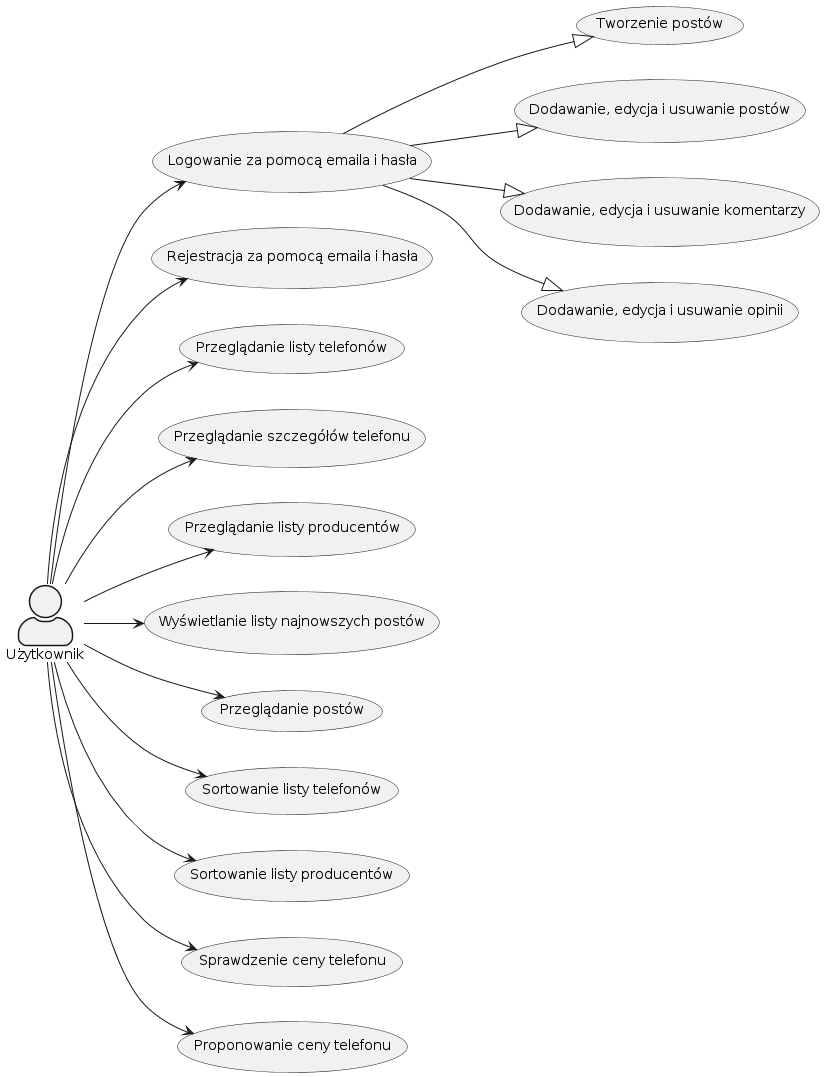
Before: img/diagrams/useCaseDiagram.png, a diagram exported from PlantUML (amelinium23/bachelor-thesis).
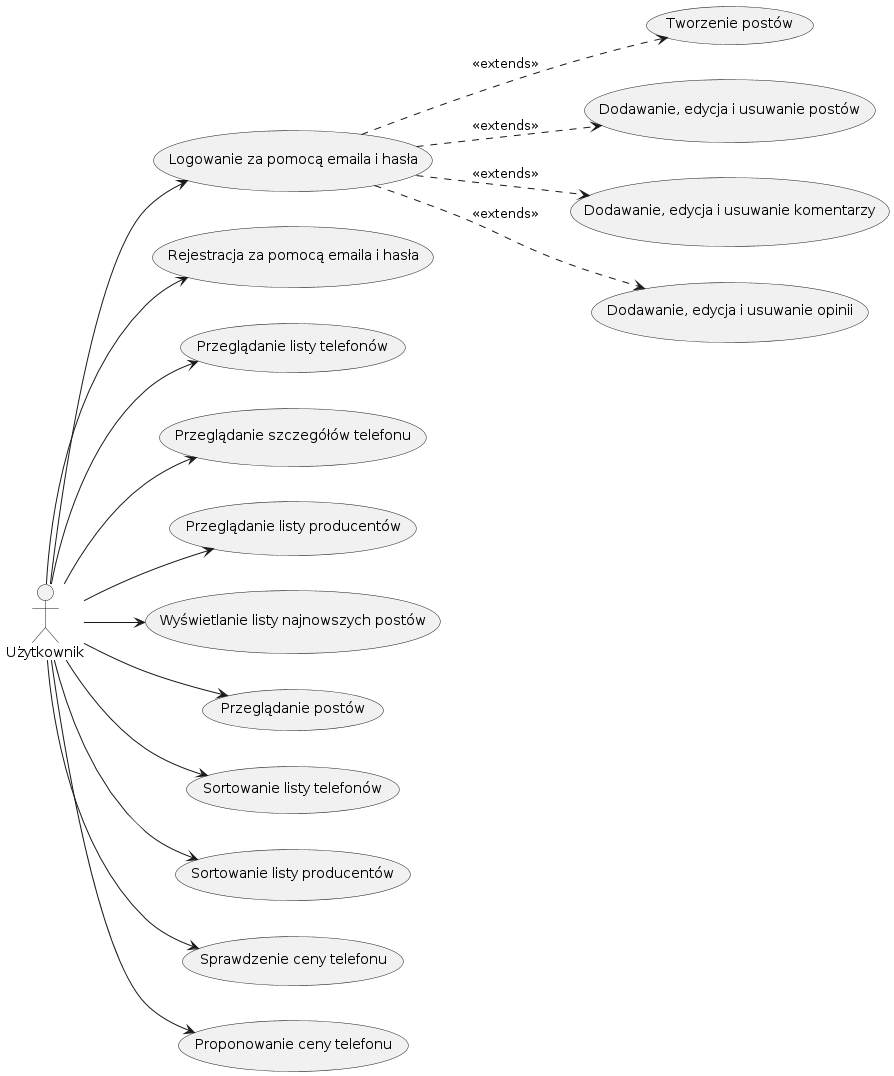
After the change.

Commit message:
change to usecase diagram

The edit, as a diff of the source:
```diff
@@ -1,6 +1,5 @@
 @startuml useCaseDiagram
 
-skinparam actorStyle awesome
 left to right direction
 
 actor "Użytkownik" as User
@@ -33,9 +32,9 @@
 User --> UC13
 User --> UC14
 
-UC1 --|> UC7
-UC1 --|> UC9
-UC1 --|> UC10
-UC1 --|> UC15
+UC1 ..> UC7 : <<extends>>
+UC1 ..> UC9 : <<extends>>
+UC1 ..> UC10 : <<extends>>
+UC1 ..> UC15 : <<extends>>
 
 @enduml
```
